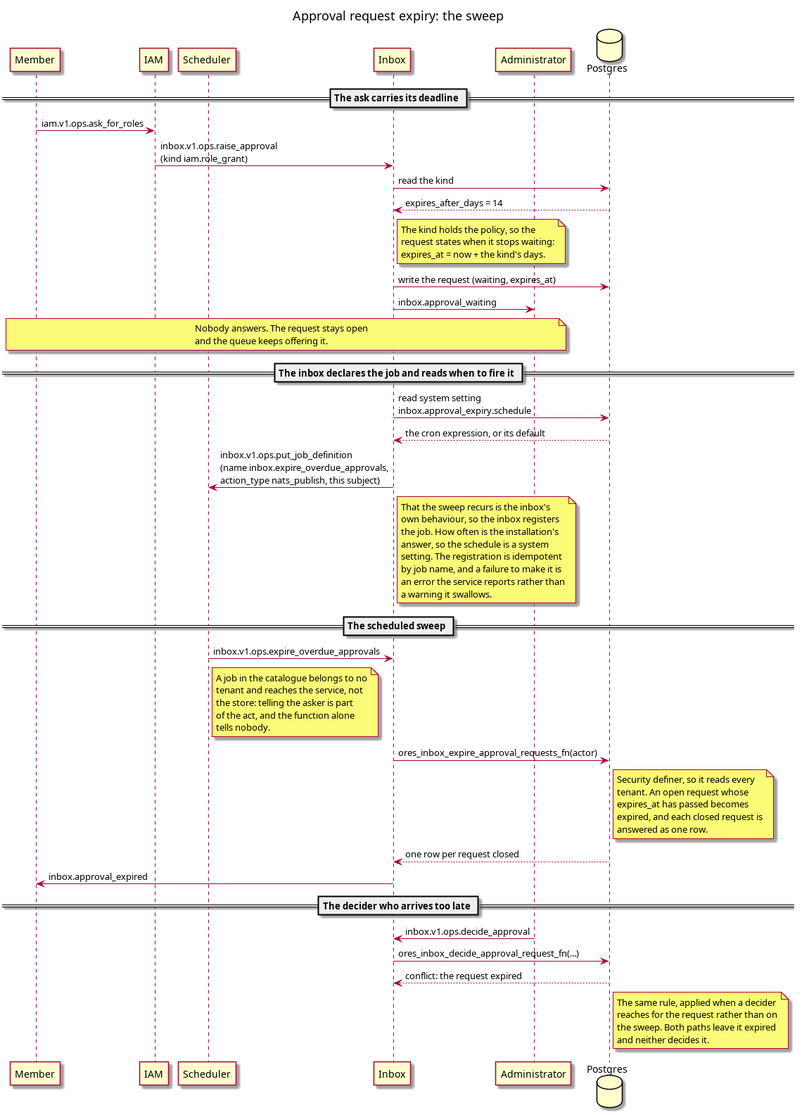
The PlantUML diagram doc/knowledge/architecture/approval_request_expiry_interaction.png in OreStudio/OreStudio, before a commit. Its source is kept beside it as doc/knowledge/architecture/approval_request_expiry_interaction.puml.
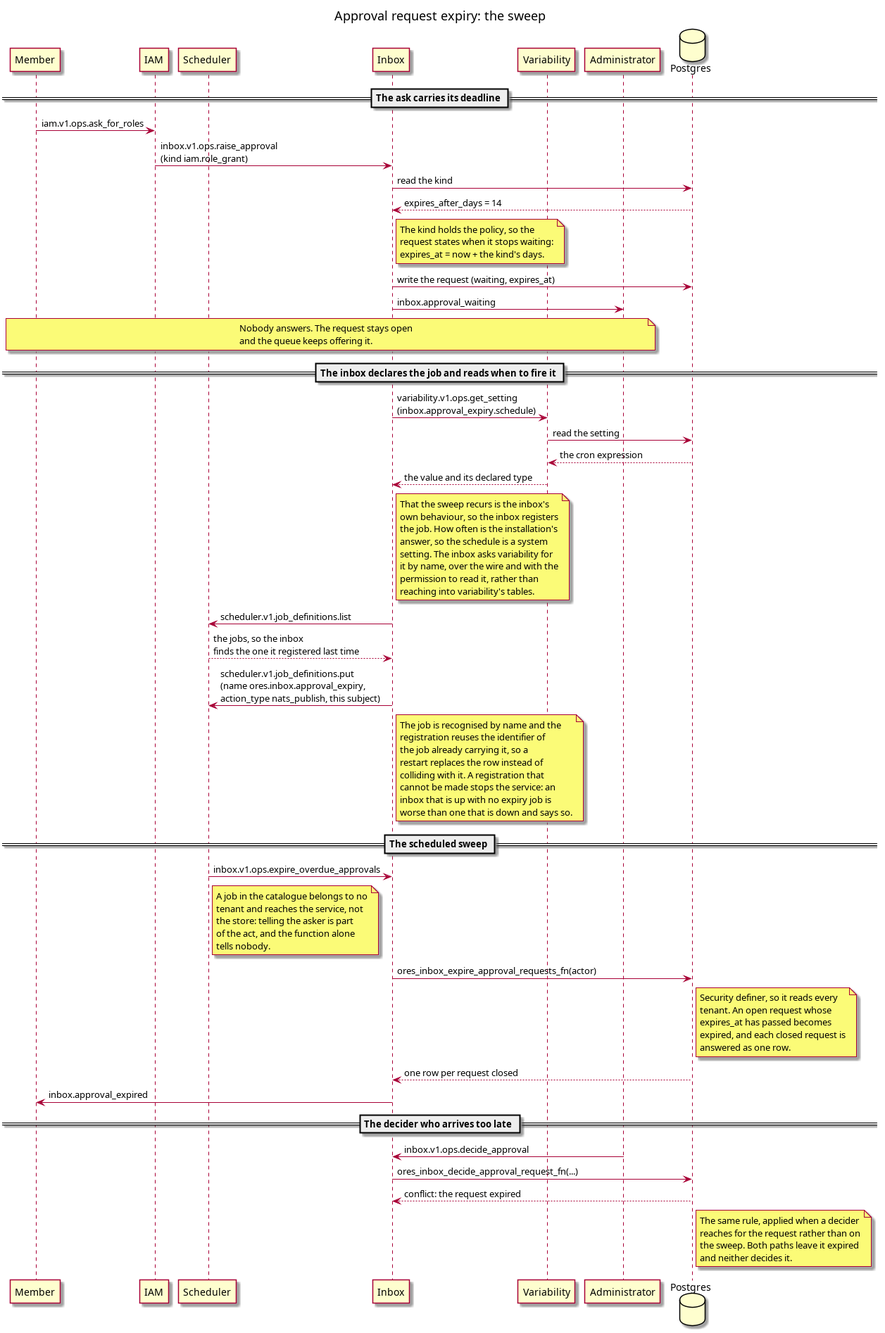
After the change.

Change to the diagram source:
```diff
@@ -6,6 +6,7 @@
 participant "IAM" as iam
 participant "Scheduler" as sched
 participant "Inbox" as inbox
+participant "Variability" as var
 participant "Administrator" as admin
 database "Postgres" as db
 
@@ -29,18 +30,32 @@
 
 == The inbox declares the job and reads when to fire it ==
 
-inbox -> db : read system setting\ninbox.approval_expiry.schedule
-db --> inbox : the cron expression, or its default
-inbox -> sched : inbox.v1.ops.put_job_definition\n(name inbox.expire_overdue_approvals,\naction_type nats_publish, this subject)
+inbox -> var : variability.v1.ops.get_setting\n(inbox.approval_expiry.schedule)
+var -> db : read the setting
+db --> var : the cron expression
+var --> inbox : the value and its declared type
 note right of inbox
   That the sweep recurs is the inbox's
   own behaviour, so the inbox registers
   the job. How often is the installation's
   answer, so the schedule is a system
-  setting. The registration is idempotent
-  by job name, and a failure to make it is
-  an error the service reports rather than
-  a warning it swallows.
+  setting. The inbox asks variability for
+  it by name, over the wire and with the
+  permission to read it, rather than
+  reaching into variability's tables.
+end note
+inbox -> sched : scheduler.v1.job_definitions.list
+sched --> inbox : the jobs, so the inbox\nfinds the one it registered last time
+inbox -> sched : scheduler.v1.job_definitions.put\n(name ores.inbox.approval_expiry,\naction_type nats_publish, this subject)
+note right of inbox
+  The job is recognised by name and the
+  registration reuses the identifier of
+  the job already carrying it, so a
+  restart replaces the row instead of
+  colliding with it. A registration that
+  cannot be made stops the service: an
+  inbox that is up with no expiry job is
+  worse than one that is down and says so.
 end note
 
 == The scheduled sweep ==
```
